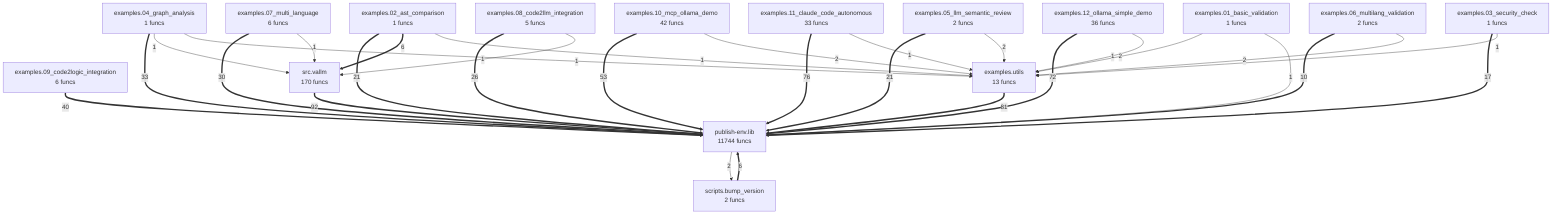
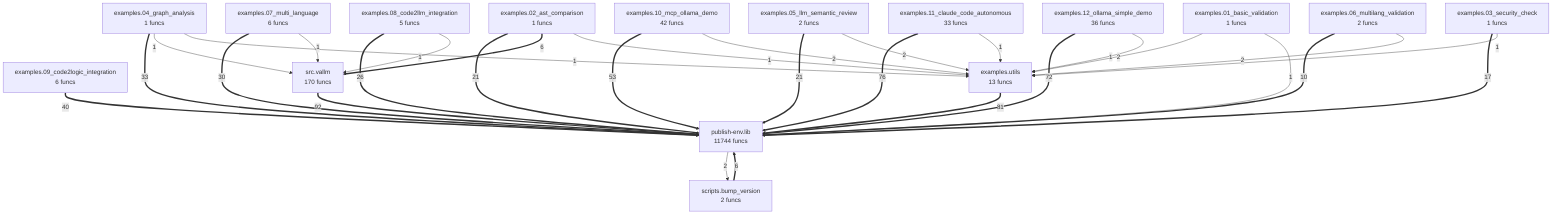
flowchart TD
    examples_01_basic_validation["examples.01_basic_validation<br/>1 funcs"]
    examples_02_ast_comparison["examples.02_ast_comparison<br/>1 funcs"]
    examples_03_security_check["examples.03_security_check<br/>1 funcs"]
    examples_04_graph_analysis["examples.04_graph_analysis<br/>1 funcs"]
    examples_05_llm_semantic_review["examples.05_llm_semantic_review<br/>2 funcs"]
    examples_06_multilang_validation["examples.06_multilang_validation<br/>2 funcs"]
    examples_07_multi_language["examples.07_multi_language<br/>6 funcs"]
    examples_08_code2llm_integration["examples.08_code2llm_integration<br/>5 funcs"]
    examples_09_code2logic_integration["examples.09_code2logic_integration<br/>6 funcs"]
    examples_10_mcp_ollama_demo["examples.10_mcp_ollama_demo<br/>42 funcs"]
    examples_11_claude_code_autonomous["examples.11_claude_code_autonomous<br/>33 funcs"]
    examples_12_ollama_simple_demo["examples.12_ollama_simple_demo<br/>36 funcs"]
    examples_utils["examples.utils<br/>13 funcs"]
    publish_env_lib["publish-env.lib<br/>11744 funcs"]
    scripts_bump_version["scripts.bump_version<br/>2 funcs"]
    src_vallm["src.vallm<br/>170 funcs"]
    src_vallm ==>|92| publish_env_lib
    examples_utils ==>|81| publish_env_lib
    examples_11_claude_code_autonomous ==>|76| publish_env_lib
    examples_12_ollama_simple_demo ==>|72| publish_env_lib
    examples_10_mcp_ollama_demo ==>|53| publish_env_lib
    examples_09_code2logic_integration ==>|40| publish_env_lib
    examples_04_graph_analysis ==>|33| publish_env_lib
    examples_07_multi_language ==>|30| publish_env_lib
    examples_08_code2llm_integration ==>|26| publish_env_lib
    examples_05_llm_semantic_review ==>|21| publish_env_lib
    examples_02_ast_comparison ==>|21| publish_env_lib
    examples_03_security_check ==>|17| publish_env_lib
    examples_06_multilang_validation ==>|10| publish_env_lib
    scripts_bump_version ==>|6| publish_env_lib
    examples_02_ast_comparison ==>|6| src_vallm
    publish_env_lib -->|2| scripts_bump_version
    examples_05_llm_semantic_review -->|2| examples_utils
    examples_01_basic_validation -->|2| examples_utils
    examples_06_multilang_validation -->|2| examples_utils
    examples_10_mcp_ollama_demo -->|2| examples_utils
    examples_04_graph_analysis -->|1| src_vallm
    examples_04_graph_analysis -->|1| examples_utils
+     examples_12_ollama_simple_demo -->|1| examples_utils
    examples_11_claude_code_autonomous -->|1| examples_utils
    examples_01_basic_validation -->|1| publish_env_lib
-     examples_12_ollama_simple_demo -->|1| examples_utils
+     examples_03_security_check -->|1| examples_utils
    examples_02_ast_comparison -->|1| examples_utils
-     examples_03_security_check -->|1| examples_utils
    examples_07_multi_language -->|1| src_vallm
    examples_08_code2llm_integration -->|1| src_vallm
